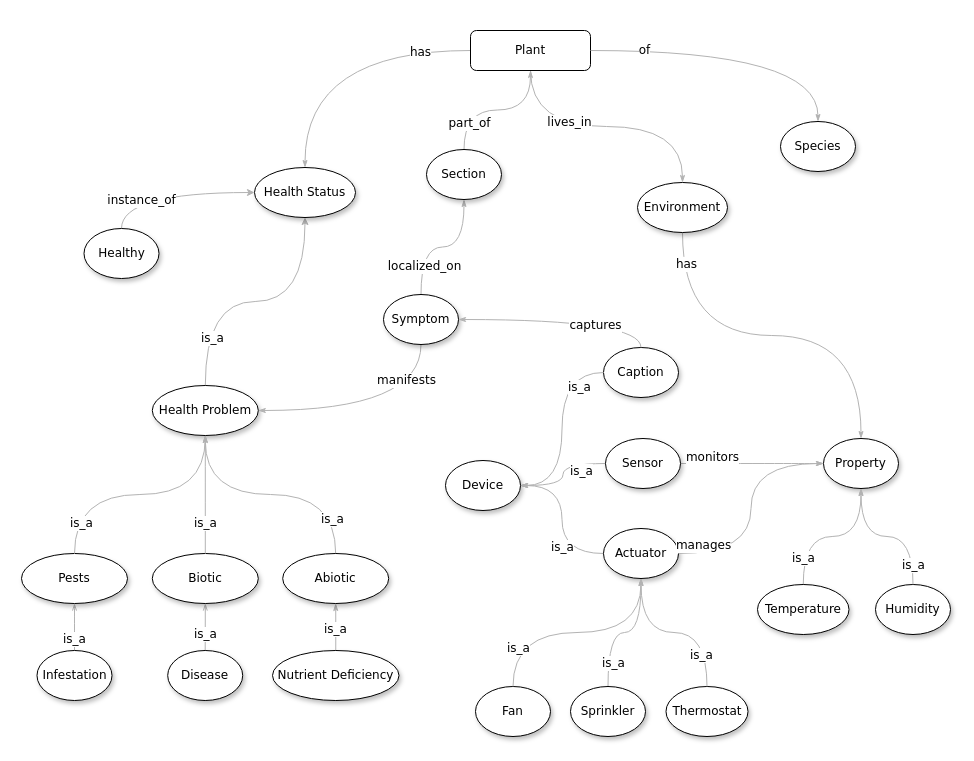
The draw.io diagram docs/greenhouse_conceptualization.drawio in francescoperagine/GreMaES, before the edit. Source tidied: cells renumbered, new cells numbered last; positions are measured from the earlier drawing's top-left corner, leaving out a move shared by most shapes. Both pictures are drawn from the tidied source at 100%, with x=0, y=0 at pixel (21, 30).
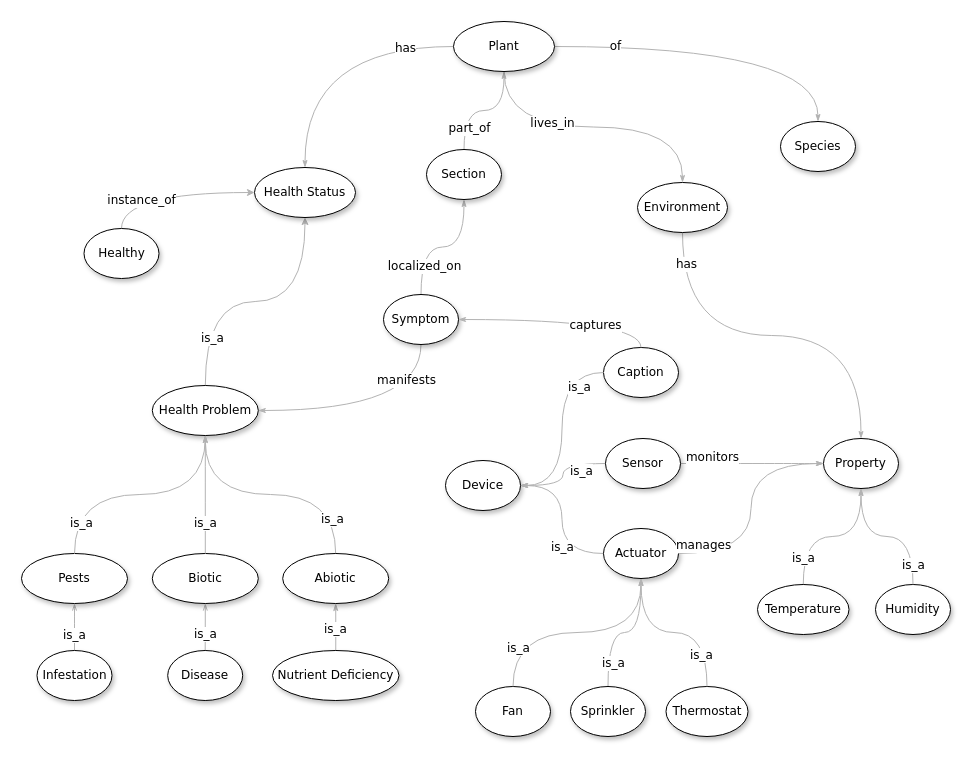
Above is the later version.

Unchanged cells that the change refers to:
```xml
<mxCell id="7" value="&lt;span&gt;Health Status&lt;/span&gt;" style="ellipse;whiteSpace=wrap;html=1;rounded=0;shadow=1;comic=0;labelBackgroundColor=default;strokeWidth=1;fontFamily=Verdana;fontSize=12;align=center;" parent="1" vertex="1">
  <mxGeometry x="233" y="137" width="101" height="50" as="geometry" />
</mxCell>
<mxCell id="9" value="&lt;span&gt;Environment&lt;/span&gt;" style="ellipse;whiteSpace=wrap;html=1;rounded=0;shadow=1;comic=0;labelBackgroundColor=default;strokeWidth=1;fontFamily=Verdana;fontSize=12;align=center;" parent="1" vertex="1">
  <mxGeometry x="616" y="152" width="90" height="50" as="geometry" />
</mxCell>
<mxCell id="21" value="Infestation" style="ellipse;whiteSpace=wrap;html=1;rounded=0;shadow=1;comic=0;labelBackgroundColor=default;strokeWidth=1;fontFamily=Verdana;fontSize=12;align=center;" parent="1" vertex="1">
  <mxGeometry x="15.5" y="620" width="75" height="50" as="geometry" />
</mxCell>
<mxCell id="50" value="Pests" style="ellipse;whiteSpace=wrap;html=1;rounded=0;shadow=1;comic=0;labelBackgroundColor=default;strokeWidth=1;fontFamily=Verdana;fontSize=12;align=center;" parent="1" vertex="1">
  <mxGeometry y="523" width="106" height="50" as="geometry" />
</mxCell>
```

Change to the diagram source:
```diff
@@
-    <mxCell id="2" value="has" style="edgeStyle=orthogonalEdgeStyle;rounded=0;html=1;labelBackgroundColor=default;startArrow=none;startFill=0;startSize=5;endArrow=classicThin;endFill=1;endSize=5;jettySize=auto;strokeColor=#B3B3B3;strokeWidth=1;fontFamily=Verdana;fontSize=12;elbow=vertical;curved=1;exitX=0;exitY=0.5;exitDx=0;exitDy=0;" parent="1" edge="1" source="45" target="7">
+    <mxCell id="2" value="has" style="edgeStyle=orthogonalEdgeStyle;rounded=0;html=1;labelBackgroundColor=default;startArrow=none;startFill=0;startSize=5;endArrow=classicThin;endFill=1;endSize=5;jettySize=auto;strokeColor=#B3B3B3;strokeWidth=1;fontFamily=Verdana;fontSize=12;elbow=vertical;curved=1;" parent="1" edge="1" source="45" target="7">
       <mxGeometry x="-0.64" y="2" relative="1" as="geometry">
         <mxPoint x="1" as="offset" />
       </mxGeometry>
     </mxCell>
@@
-    <mxCell id="4" value="lives_in" style="edgeStyle=orthogonalEdgeStyle;rounded=0;html=1;labelBackgroundColor=default;startArrow=none;startFill=0;startSize=5;endArrow=classicThin;endFill=1;endSize=5;jettySize=auto;strokeColor=#B3B3B3;strokeWidth=1;fontFamily=Verdana;fontSize=12;curved=1;exitX=0.5;exitY=1;exitDx=0;exitDy=0;entryX=0.5;entryY=0;entryDx=0;entryDy=0;" parent="1" edge="1" source="45" target="9">
+    <mxCell id="4" value="lives_in" style="edgeStyle=orthogonalEdgeStyle;rounded=0;html=1;labelBackgroundColor=default;startArrow=none;startFill=0;startSize=5;endArrow=classicThin;endFill=1;endSize=5;jettySize=auto;strokeColor=#B3B3B3;strokeWidth=1;fontFamily=Verdana;fontSize=12;curved=1;entryX=0.5;entryY=0;entryDx=0;entryDy=0;exitX=0.5;exitY=1;exitDx=0;exitDy=0;" parent="1" edge="1" source="45" target="9">
       <mxGeometry x="-0.28" y="4" relative="1" as="geometry" />
     </mxCell>
@@
     <mxCell id="20" value="is_a" style="edgeStyle=orthogonalEdgeStyle;rounded=0;html=1;labelBackgroundColor=default;startArrow=openThin;startFill=0;startSize=5;endArrow=none;endFill=0;endSize=5;jettySize=auto;strokeColor=#B3B3B3;strokeWidth=1;fontFamily=Verdana;fontSize=12;elbow=vertical;curved=1;" parent="1" edge="1" source="50" target="21">
-      <mxGeometry x="0.54" relative="1" as="geometry" />
+      <mxGeometry x="0.36" relative="1" as="geometry" />
     </mxCell>
@@
-    <mxCell id="45" value="&lt;font style=&quot;font-size: 12px;&quot;&gt;Plant&lt;/font&gt;" style="rounded=1;whiteSpace=wrap;html=1;fontSize=12;glass=0;strokeWidth=1;shadow=0;fontStyle=0;labelBackgroundColor=default;labelBorderColor=none;fontFamily=Verdana;" parent="1" vertex="1">
-      <mxGeometry x="449" width="120" height="40" as="geometry" />
-    </mxCell>
@@
+    <mxCell id="45" value="&lt;span&gt;Plant&lt;/span&gt;" style="ellipse;whiteSpace=wrap;html=1;rounded=0;shadow=1;comic=0;labelBackgroundColor=default;strokeWidth=1;fontFamily=Verdana;fontSize=12;align=center;" parent="1" vertex="1">
+      <mxGeometry x="432" y="-9" width="101" height="50" as="geometry" />
+    </mxCell>
```
